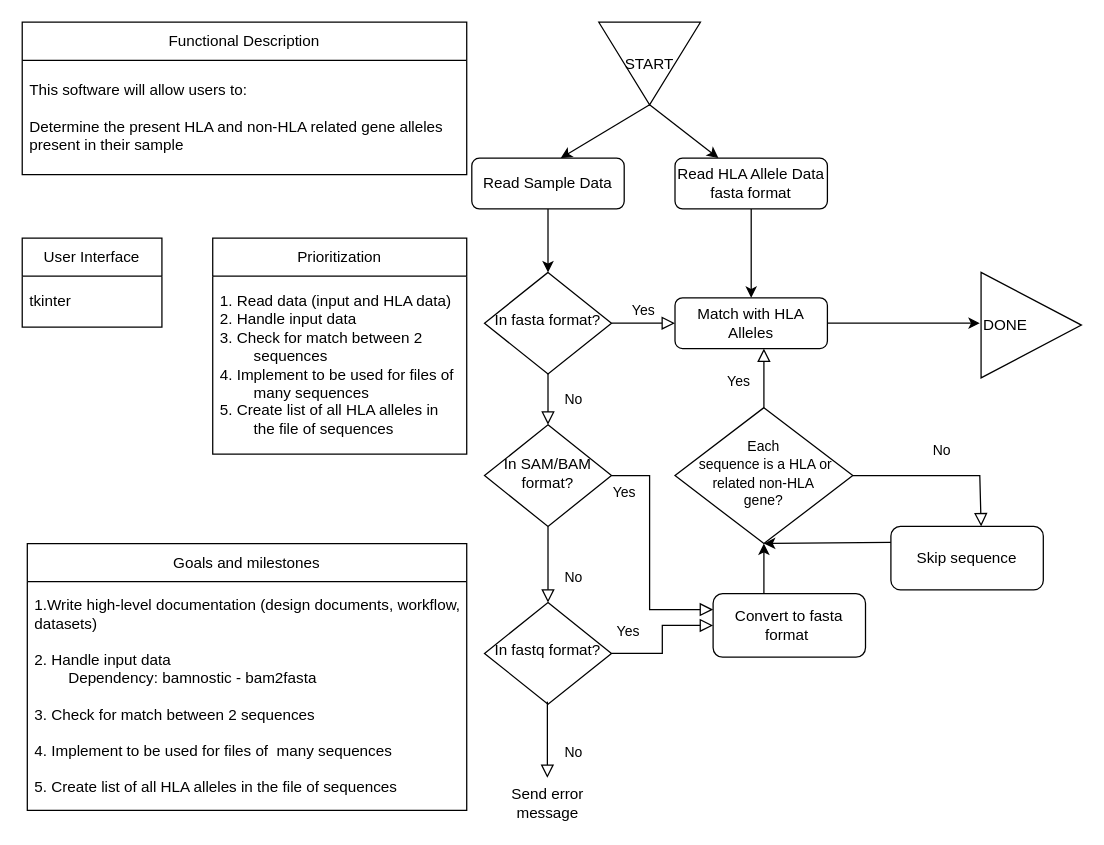
leddavis/HLA_DNA_Typing keeps this draw.io diagram as Design_Documents/Design_Doc_Spec.drawio. Above is the earlier version. Source tidied: cells renumbered, new cells numbered last; positions are measured from the earlier drawing's top-left corner, leaving out a move shared by most shapes. Both pictures are drawn from the tidied source at 127%, with x=0, y=0 at pixel (22, 22).
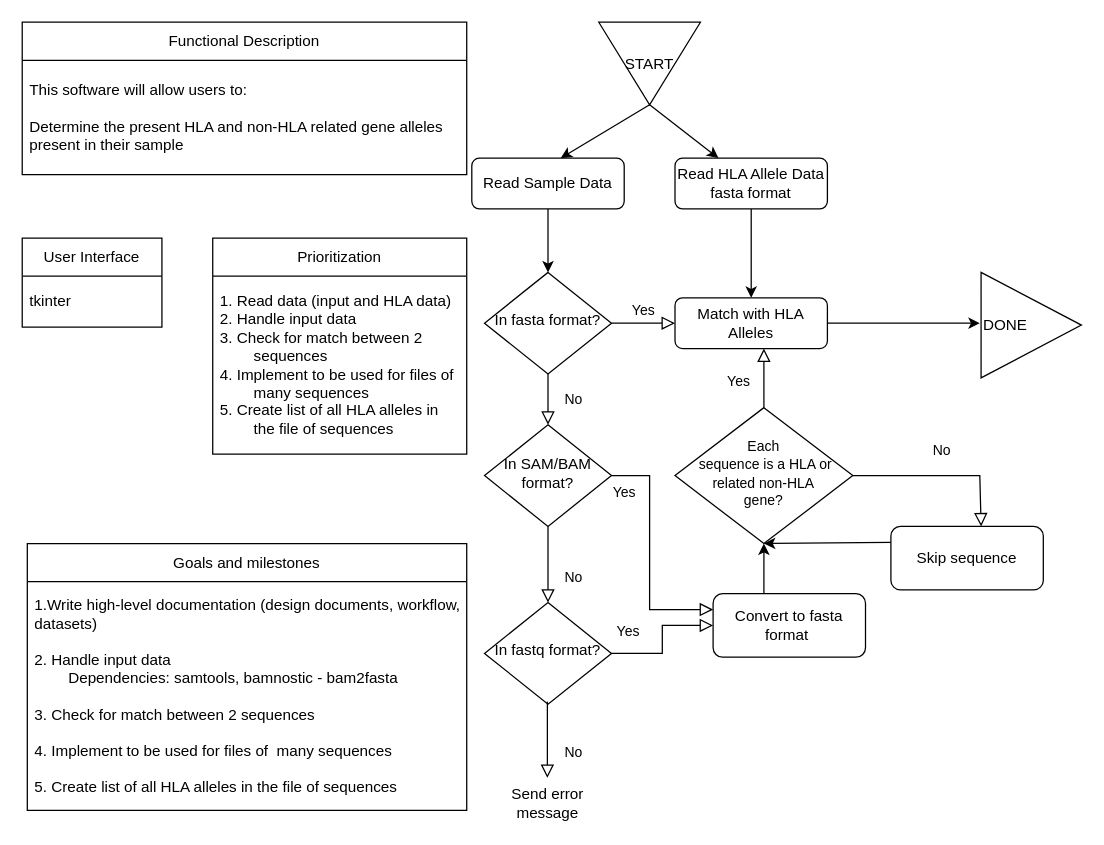
Above is the later version.

Unchanged cells that the change refers to:
```xml
<mxCell id="8" value="Goals and milestones" style="swimlane;fontStyle=0;horizontal=1;startSize=30;whiteSpace=wrap;html=1;" parent="1" vertex="1">
  <mxGeometry x="4" y="410.5" width="346" height="210" as="geometry" />
</mxCell>
```

The edit, as a diff of the source:
```diff
@@
-    <mxCell id="9" value="1.Write high-level documentation (design documents, workflow, &lt;span style=&quot;&quot;&gt;&#9;&lt;/span&gt;datasets)&lt;br&gt;&lt;br style=&quot;border-color: var(--border-color);&quot;&gt;2. Handle input data&lt;br&gt;&lt;span style=&quot;&quot;&gt;&#9;&lt;/span&gt;&lt;span style=&quot;white-space: pre;&quot;&gt;&#9;&lt;/span&gt;Dependency:&amp;nbsp;&lt;span style=&quot;background-color: initial;&quot;&gt;bamnostic - bam2fasta&lt;br&gt;&lt;/span&gt;&lt;br&gt;3. Check for match between 2 sequences&lt;br&gt;&lt;br style=&quot;border-color: var(--border-color);&quot;&gt;4. Implement to be used for files of&amp;nbsp;&lt;span style=&quot;border-color: var(--border-color);&quot;&gt;&#9;&lt;/span&gt;many sequences&lt;br&gt;&lt;br style=&quot;border-color: var(--border-color);&quot;&gt;5. Create list of all HLA alleles in&lt;span style=&quot;border-color: var(--border-color);&quot;&gt;&amp;nbsp;&lt;/span&gt;the file of sequences" style="text;strokeColor=none;fillColor=none;align=left;verticalAlign=middle;spacingLeft=4;spacingRight=4;overflow=hidden;whiteSpace=wrap;html=1;" parent="8" vertex="1">
+    <mxCell id="9" value="1.Write high-level documentation (design documents, workflow, &lt;span style=&quot;&quot;&gt;&#9;&lt;/span&gt;datasets)&lt;br&gt;&lt;br style=&quot;border-color: var(--border-color);&quot;&gt;2. Handle input data&lt;br&gt;&lt;span style=&quot;&quot;&gt;&#9;&lt;/span&gt;&lt;span style=&quot;white-space: pre;&quot;&gt;&#9;&lt;/span&gt;Dependencies: samtools,&amp;nbsp;&lt;span style=&quot;background-color: initial;&quot;&gt;bamnostic - bam2fasta&lt;br&gt;&lt;/span&gt;&lt;br&gt;3. Check for match between 2 sequences&lt;br&gt;&lt;br style=&quot;border-color: var(--border-color);&quot;&gt;4. Implement to be used for files of&amp;nbsp;&lt;span style=&quot;border-color: var(--border-color);&quot;&gt;&#9;&lt;/span&gt;many sequences&lt;br&gt;&lt;br style=&quot;border-color: var(--border-color);&quot;&gt;5. Create list of all HLA alleles in&lt;span style=&quot;border-color: var(--border-color);&quot;&gt;&amp;nbsp;&lt;/span&gt;the file of sequences" style="text;strokeColor=none;fillColor=none;align=left;verticalAlign=middle;spacingLeft=4;spacingRight=4;overflow=hidden;whiteSpace=wrap;html=1;" parent="8" vertex="1">
       <mxGeometry y="30" width="346" height="180" as="geometry" />
     </mxCell>
```
